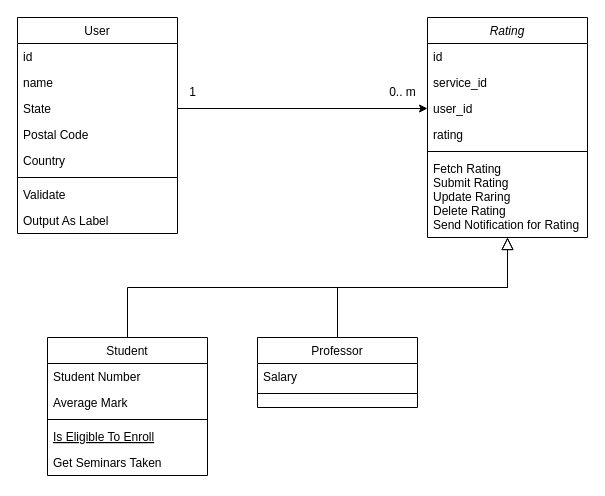
The draw.io diagram page "Class Diagram" (1 of 2) of Untitled Diagram.drawio in ahmaddsaif/rating-management-service, before the edit. Source tidied: cells renumbered, new cells numbered last; positions are measured from the earlier drawing's top-left corner, leaving out a move shared by most shapes. Both pictures are drawn from the tidied source at 100%, with x=0, y=0 at pixel (17, 17).
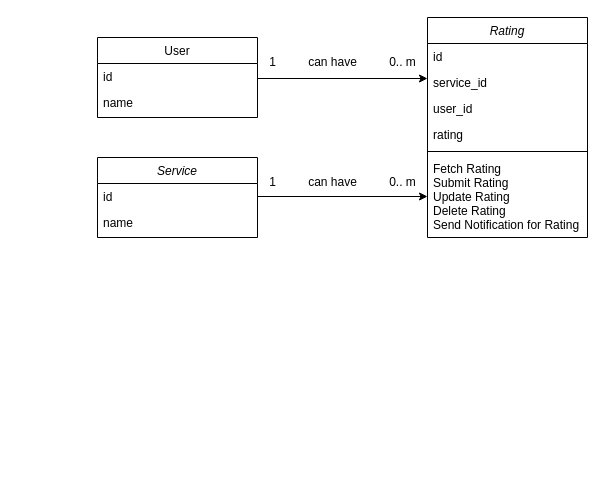
The same diagram, later.

Unchanged cells that the change refers to:
```xml
<mxCell id="2" value="Rating" style="swimlane;fontStyle=2;align=center;verticalAlign=top;horizontal=1;startSize=26;rounded=0;shadow=0;strokeWidth=1;" parent="1" vertex="1">
  <mxGeometry x="410" width="160" height="220" as="geometry" />
</mxCell>
<mxCell id="5" value="user_id&#10;" style="text;align=left;verticalAlign=top;spacingLeft=4;spacingRight=4;overflow=hidden;points=[[0,0.5],[1,0.5]];portConstraint=eastwest;rounded=0;shadow=0;html=0;" parent="2" vertex="1">
  <mxGeometry y="78" width="160" height="26" as="geometry" />
</mxCell>
```

What changed in the source:
```diff
@@
-    <mxCell id="8" value="Fetch Rating&#10;Submit Rating&#10;Update Raring&#10;Delete Rating&#10;Send Notification for Rating" style="text;align=left;verticalAlign=top;spacingLeft=4;spacingRight=4;overflow=hidden;points=[[0,0.5],[1,0.5]];portConstraint=eastwest;" parent="2" vertex="1">
+    <mxCell id="8" value="Fetch Rating&#10;Submit Rating&#10;Update Rating&#10;Delete Rating&#10;Send Notification for Rating" style="text;align=left;verticalAlign=top;spacingLeft=4;spacingRight=4;overflow=hidden;points=[[0,0.5],[1,0.5]];portConstraint=eastwest;" parent="2" vertex="1">
       <mxGeometry y="138" width="160" height="82" as="geometry" />
     </mxCell>
-    <mxCell id="9" value="Student" style="swimlane;fontStyle=0;align=center;verticalAlign=top;horizontal=1;startSize=26;rounded=0;shadow=0;strokeWidth=1;" parent="1" vertex="1">
-      <mxGeometry x="30" y="320" width="160" height="138" as="geometry" />
-    </mxCell>
-    <mxCell id="10" value="Student Number" style="text;align=left;verticalAlign=top;spacingLeft=4;spacingRight=4;overflow=hidden;" parent="9" vertex="1">
-      <mxGeometry y="26" width="160" height="26" as="geometry" />
-    </mxCell>
-    <mxCell id="11" value="Average Mark" style="text;align=left;verticalAlign=top;spacingLeft=4;spacingRight=4;overflow=hidden;rounded=0;shadow=0;html=0;" parent="9" vertex="1">
-      <mxGeometry y="52" width="160" height="26" as="geometry" />
-    </mxCell>
-    <mxCell id="12" style="line;html=1;strokeWidth=1;align=left;verticalAlign=middle;spacingTop=-1;spacingLeft=3;spacingRight=3;labelPosition=right;" parent="9" vertex="1">
-      <mxGeometry y="78" width="160" height="8" as="geometry" />
-    </mxCell>
-    <mxCell id="13" value="Is Eligible To Enroll" style="text;align=left;verticalAlign=top;spacingLeft=4;spacingRight=4;overflow=hidden;fontStyle=4;" parent="9" vertex="1">
-      <mxGeometry y="86" width="160" height="26" as="geometry" />
-    </mxCell>
-    <mxCell id="14" value="Get Seminars Taken" style="text;align=left;verticalAlign=top;spacingLeft=4;spacingRight=4;overflow=hidden;" parent="9" vertex="1">
-      <mxGeometry y="112" width="160" height="26" as="geometry" />
-    </mxCell>
-    <mxCell id="15" style="endArrow=block;endSize=10;endFill=0;shadow=0;strokeWidth=1;rounded=0;edgeStyle=elbowEdgeStyle;elbow=vertical;" parent="1" edge="1" source="9" target="2">
-      <mxGeometry relative="1" as="geometry" />
-    </mxCell>
-    <mxCell id="16" value="Professor" style="swimlane;fontStyle=0;align=center;verticalAlign=top;horizontal=1;startSize=26;rounded=0;shadow=0;strokeWidth=1;" parent="1" vertex="1">
-      <mxGeometry x="240" y="320" width="160" height="70" as="geometry" />
-    </mxCell>
-    <mxCell id="17" value="Salary" style="text;align=left;verticalAlign=top;spacingLeft=4;spacingRight=4;overflow=hidden;" parent="16" vertex="1">
-      <mxGeometry y="26" width="160" height="26" as="geometry" />
-    </mxCell>
-    <mxCell id="18" style="line;html=1;strokeWidth=1;align=left;verticalAlign=middle;spacingTop=-1;spacingLeft=3;spacingRight=3;labelPosition=right;" parent="16" vertex="1">
-      <mxGeometry y="52" width="160" height="8" as="geometry" />
-    </mxCell>
-    <mxCell id="19" style="endArrow=block;endSize=10;endFill=0;shadow=0;strokeWidth=1;rounded=0;edgeStyle=elbowEdgeStyle;elbow=vertical;" parent="1" edge="1" source="16" target="2">
-      <mxGeometry relative="1" as="geometry" />
-    </mxCell>
     <mxCell id="20" value="User" style="swimlane;fontStyle=0;align=center;verticalAlign=top;horizontal=1;startSize=26;rounded=0;shadow=0;strokeWidth=1;" parent="1" vertex="1">
-      <mxGeometry width="160" height="216" as="geometry" />
+      <mxGeometry x="80" y="20" width="160" height="80" as="geometry" />
     </mxCell>
@@
-    <mxCell id="23" value="State" style="text;align=left;verticalAlign=top;spacingLeft=4;spacingRight=4;overflow=hidden;points=[[0,0.5],[1,0.5]];portConstraint=eastwest;rounded=0;shadow=0;html=0;" parent="20" vertex="1">
-      <mxGeometry y="78" width="160" height="26" as="geometry" />
-    </mxCell>
-    <mxCell id="24" value="Postal Code" style="text;align=left;verticalAlign=top;spacingLeft=4;spacingRight=4;overflow=hidden;rounded=0;shadow=0;html=0;" parent="20" vertex="1">
-      <mxGeometry y="104" width="160" height="26" as="geometry" />
-    </mxCell>
-    <mxCell id="25" value="Country" style="text;align=left;verticalAlign=top;spacingLeft=4;spacingRight=4;overflow=hidden;rounded=0;shadow=0;html=0;" parent="20" vertex="1">
-      <mxGeometry y="130" width="160" height="26" as="geometry" />
-    </mxCell>
-    <mxCell id="26" style="line;html=1;strokeWidth=1;align=left;verticalAlign=middle;spacingTop=-1;spacingLeft=3;spacingRight=3;labelPosition=right;" parent="20" vertex="1">
-      <mxGeometry y="156" width="160" height="8" as="geometry" />
-    </mxCell>
-    <mxCell id="27" value="Validate" style="text;align=left;verticalAlign=top;spacingLeft=4;spacingRight=4;overflow=hidden;" parent="20" vertex="1">
-      <mxGeometry y="164" width="160" height="26" as="geometry" />
-    </mxCell>
-    <mxCell id="28" value="Output As Label" style="text;align=left;verticalAlign=top;spacingLeft=4;spacingRight=4;overflow=hidden;" parent="20" vertex="1">
-      <mxGeometry y="190" width="160" height="26" as="geometry" />
-    </mxCell>
-    <mxCell id="29" style="edgeStyle=orthogonalEdgeStyle;rounded=0;jettySize=auto;html=1;entryX=0;entryY=0.5;entryDx=0;entryDy=0;" parent="1" edge="1" source="23" target="5">
-      <mxGeometry relative="1" as="geometry" />
+    <mxCell id="29" style="edgeStyle=orthogonalEdgeStyle;rounded=0;orthogonalLoop=1;jettySize=auto;html=1;entryX=0;entryY=0.5;entryDx=0;entryDy=0;" parent="1" edge="1">
+      <mxGeometry relative="1" as="geometry">
+        <mxPoint x="240" y="61" as="sourcePoint" />
+        <mxPoint x="410" y="61" as="targetPoint" />
+      </mxGeometry>
     </mxCell>
     <mxCell id="30" value="1" style="text;html=1;align=center;verticalAlign=middle;strokeColor=none;fillColor=none;" parent="1" vertex="1">
-      <mxGeometry x="160" y="60" width="30" height="30" as="geometry" />
+      <mxGeometry x="240" y="30" width="30" height="30" as="geometry" />
     </mxCell>
     <mxCell id="31" value="0.. m" style="text;html=1;align=center;verticalAlign=middle;strokeColor=none;fillColor=none;" parent="1" vertex="1">
-      <mxGeometry x="360" y="60" width="50" height="30" as="geometry" />
+      <mxGeometry x="360" y="30" width="50" height="30" as="geometry" />
     </mxCell>
+    <mxCell id="32" value="can have" style="text;html=1;align=center;verticalAlign=middle;strokeColor=none;fillColor=none;" parent="1" vertex="1">
+      <mxGeometry x="280" y="30" width="70" height="30" as="geometry" />
+    </mxCell>
+    <mxCell id="33" value="Service" style="swimlane;fontStyle=2;align=center;verticalAlign=top;horizontal=1;startSize=26;rounded=0;shadow=0;strokeWidth=1;" parent="1" vertex="1">
+      <mxGeometry x="80" y="140" width="160" height="80" as="geometry" />
+    </mxCell>
+    <mxCell id="34" value="id" style="text;align=left;verticalAlign=top;spacingLeft=4;spacingRight=4;overflow=hidden;points=[[0,0.5],[1,0.5]];portConstraint=eastwest;" parent="33" vertex="1">
+      <mxGeometry y="26" width="160" height="26" as="geometry" />
+    </mxCell>
+    <mxCell id="35" value="name" style="text;align=left;verticalAlign=top;spacingLeft=4;spacingRight=4;overflow=hidden;rounded=0;shadow=0;html=0;" parent="33" vertex="1">
+      <mxGeometry y="52" width="160" height="26" as="geometry" />
+    </mxCell>
+    <mxCell id="36" style="edgeStyle=orthogonalEdgeStyle;rounded=0;jettySize=auto;html=1;" parent="1" edge="1" source="34" target="8">
+      <mxGeometry relative="1" as="geometry" />
+    </mxCell>
+    <mxCell id="37" value="1" style="text;html=1;align=center;verticalAlign=middle;strokeColor=none;fillColor=none;" parent="1" vertex="1">
+      <mxGeometry x="240" y="150" width="30" height="30" as="geometry" />
+    </mxCell>
+    <mxCell id="38" value="can have" style="text;html=1;align=center;verticalAlign=middle;strokeColor=none;fillColor=none;" parent="1" vertex="1">
+      <mxGeometry x="280" y="150" width="70" height="30" as="geometry" />
+    </mxCell>
+    <mxCell id="39" value="0.. m" style="text;html=1;align=center;verticalAlign=middle;strokeColor=none;fillColor=none;" parent="1" vertex="1">
+      <mxGeometry x="360" y="150" width="50" height="30" as="geometry" />
+    </mxCell>
```
